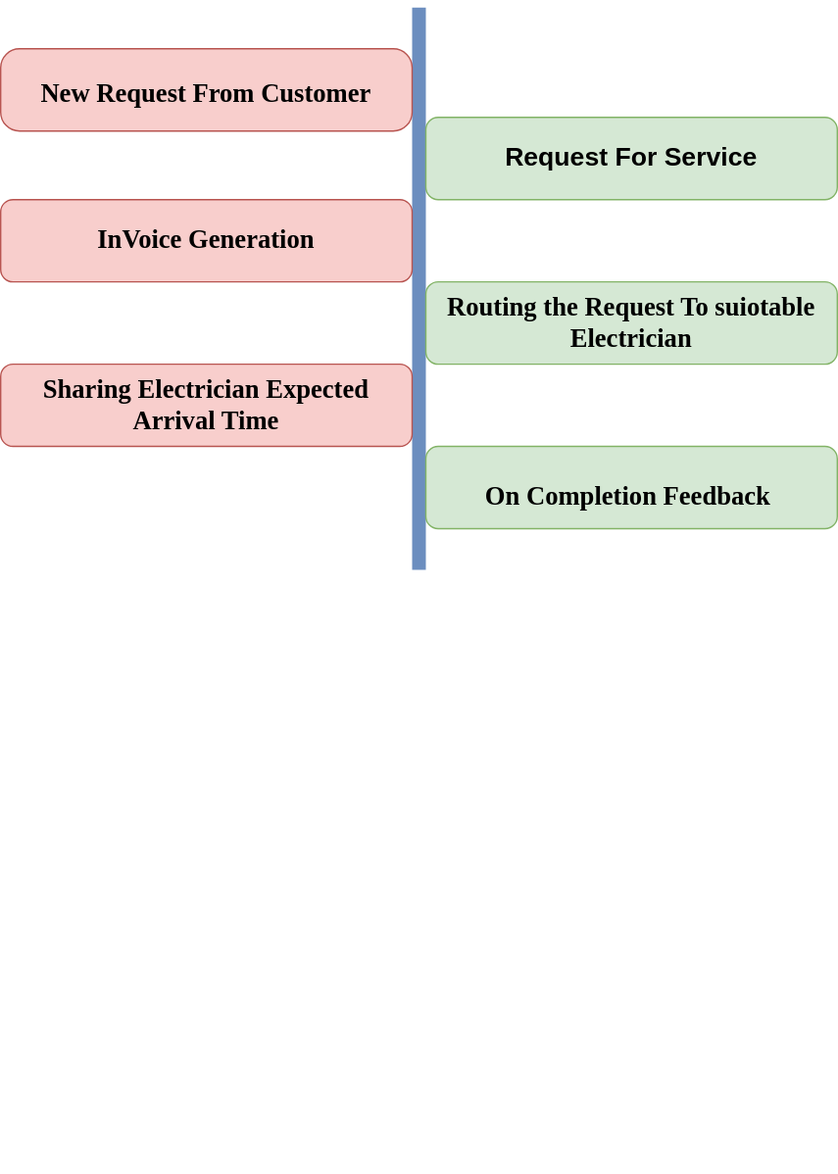
The draw.io diagram process_flow.svg in RahulDas-dev/Processflow, before a commit. Source tidied: cells renumbered, new cells last; positions are measured from the earlier drawing's top-left corner, leaving out a move shared by most shapes.
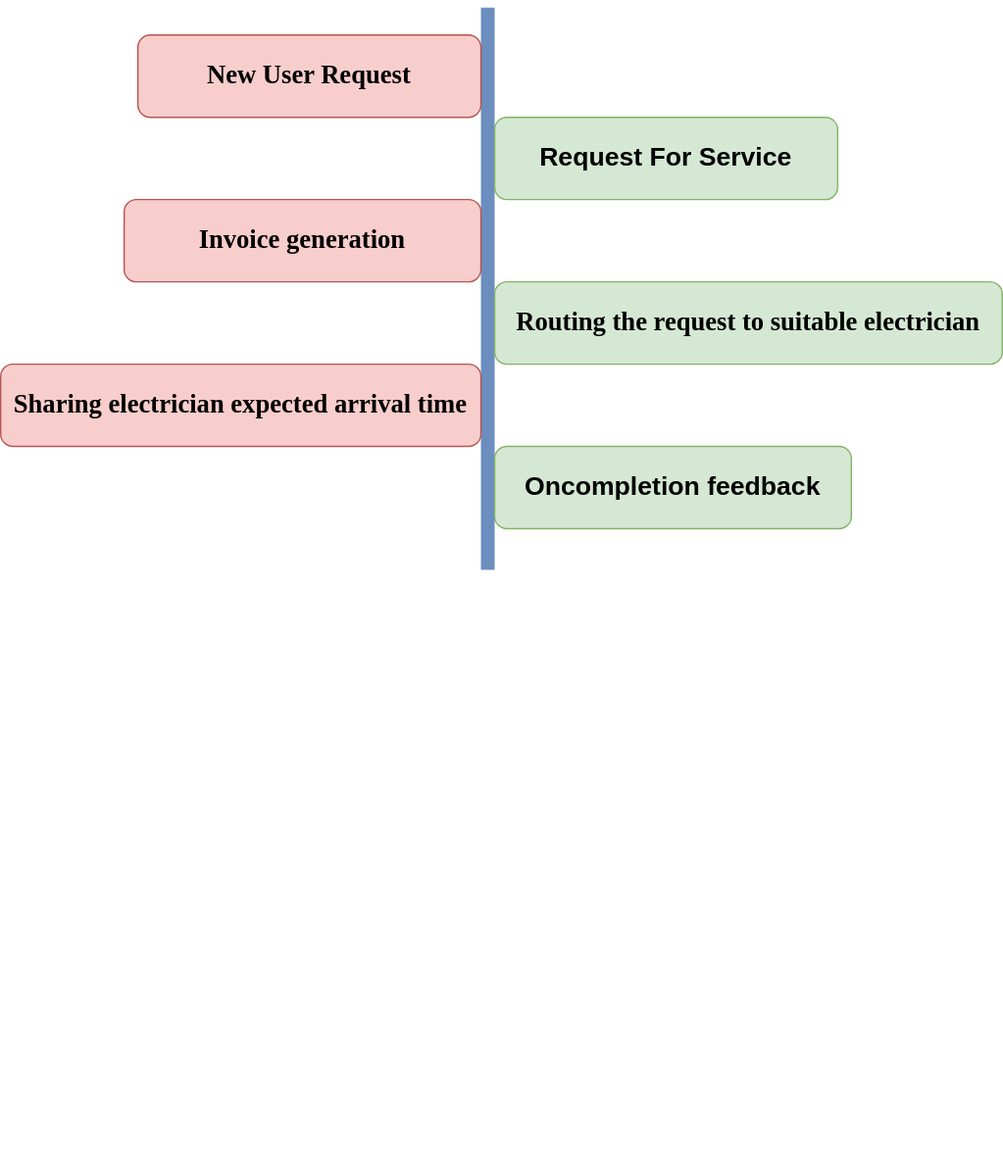
Later version of the same file.

Diff of the diagram source:
```diff
@@ -23,23 +23,23 @@
     <mxCell id="8" value="&lt;h1&gt;Service Request Details&lt;/h1&gt;&lt;div&gt;&lt;br&gt;&lt;/div&gt;" style="text;html=1;spacing=5;spacingTop=-20;whiteSpace=wrap;overflow=hidden;strokeColor=none;strokeWidth=4;fillColor=none;gradientColor=#007FFF;fontSize=9;fontColor=#FFFFFF;align=center;" parent="1" vertex="1">
       <mxGeometry x="140" y="330" width="160" height="77" as="geometry" />
     </mxCell>
-    <mxCell id="9" value="&lt;h1&gt;&lt;font style=&quot;font-size: 19px&quot;&gt;New Request From Customer&lt;/font&gt;&lt;/h1&gt;" style="rounded=1;whiteSpace=wrap;html=1;fillColor=#f8cecc;strokeColor=#b85450;fontFamily=Tahoma;fontSize=13;arcSize=23;" parent="1" vertex="1">
-      <mxGeometry y="30" width="300" height="60" as="geometry" />
-    </mxCell>
     <mxCell id="10" value="&lt;h1 style=&quot;font-family: helvetica; font-size: 19px;&quot;&gt;&lt;font style=&quot;font-size: 19px;&quot;&gt;Request For Service&lt;/font&gt;&lt;/h1&gt;" style="rounded=1;whiteSpace=wrap;html=1;fillColor=#d5e8d4;strokeColor=#82b366;fontFamily=Tahoma;fontSize=19;" parent="1" vertex="1">
-      <mxGeometry x="310" y="80" width="300" height="60" as="geometry" />
+      <mxGeometry x="310" y="80" width="250" height="60" as="geometry" />
     </mxCell>
-    <mxCell id="11" value="&lt;b&gt;InVoice Generation&lt;/b&gt;" style="rounded=1;whiteSpace=wrap;html=1;fillColor=#f8cecc;strokeColor=#b85450;fontFamily=Tahoma;fontSize=19;" parent="1" vertex="1">
-      <mxGeometry y="140" width="300" height="60" as="geometry" />
+    <mxCell id="11" value="&lt;b&gt;Invoice generation&lt;/b&gt;" style="rounded=1;whiteSpace=wrap;html=1;fillColor=#f8cecc;strokeColor=#b85450;fontFamily=Tahoma;fontSize=19;" parent="1" vertex="1">
+      <mxGeometry x="40" y="140" width="260" height="60" as="geometry" />
     </mxCell>
-    <mxCell id="12" value="&lt;b&gt;Routing the Request To suiotable Electrician&lt;/b&gt;" style="rounded=1;whiteSpace=wrap;html=1;fillColor=#d5e8d4;strokeColor=#82b366;fontFamily=Tahoma;fontSize=19;" parent="1" vertex="1">
-      <mxGeometry x="310" y="200" width="300" height="60" as="geometry" />
+    <mxCell id="12" value="&lt;b&gt;Routing the request to suitable electrician&lt;/b&gt;" style="rounded=1;whiteSpace=wrap;html=1;fillColor=#d5e8d4;strokeColor=#82b366;fontFamily=Tahoma;fontSize=19;" parent="1" vertex="1">
+      <mxGeometry x="310" y="200" width="370" height="60" as="geometry" />
     </mxCell>
-    <mxCell id="13" value="&lt;b&gt;Sharing Electrician Expected Arrival Time&lt;/b&gt;" style="rounded=1;whiteSpace=wrap;html=1;fillColor=#f8cecc;strokeColor=#b85450;fontFamily=Tahoma;fontSize=19;" parent="1" vertex="1">
-      <mxGeometry y="260" width="300" height="60" as="geometry" />
+    <mxCell id="13" value="&lt;b&gt;Sharing electrician expected arrival time&lt;/b&gt;" style="rounded=1;whiteSpace=wrap;html=1;fillColor=#f8cecc;strokeColor=#b85450;fontFamily=Tahoma;fontSize=19;" parent="1" vertex="1">
+      <mxGeometry x="-50" y="260" width="350" height="60" as="geometry" />
     </mxCell>
-    <mxCell id="14" value="&lt;h1&gt;&lt;span style=&quot;font-size: 19px&quot;&gt;On Completion Feedback&amp;nbsp;&lt;/span&gt;&lt;/h1&gt;" style="rounded=1;whiteSpace=wrap;html=1;fillColor=#d5e8d4;strokeColor=#82b366;fontFamily=Tahoma;fontSize=19;" parent="1" vertex="1">
-      <mxGeometry x="310" y="320" width="300" height="60" as="geometry" />
-    </mxCell>
+    <mxCell id="15" value="&lt;h1 style=&quot;font-family: &amp;#34;helvetica&amp;#34; ; font-size: 19px&quot;&gt;Oncompletion feedback&lt;/h1&gt;" style="rounded=1;whiteSpace=wrap;html=1;fillColor=#d5e8d4;strokeColor=#82b366;fontFamily=Tahoma;fontSize=19;" parent="1" vertex="1">
+      <mxGeometry x="310" y="320" width="260" height="60" as="geometry" />
+    </mxCell>
+    <mxCell id="16" value="&lt;b&gt;New User Request&lt;/b&gt;" style="rounded=1;whiteSpace=wrap;html=1;fillColor=#f8cecc;strokeColor=#b85450;fontFamily=Tahoma;fontSize=19;" parent="1" vertex="1">
+      <mxGeometry x="50" y="20" width="250" height="60" as="geometry" />
+    </mxCell>
   </root>
 </mxGraphModel>
```
